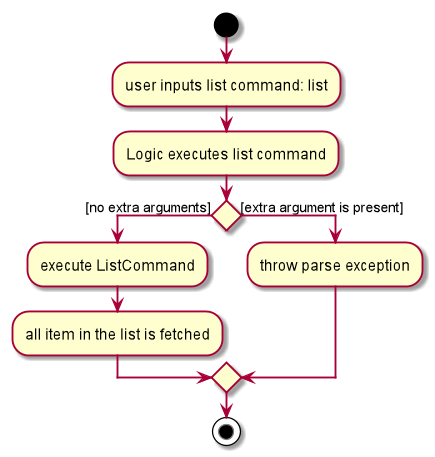
Before: docs/images/implementation/activityDiagrams/ListCommandActivityDiagram.png, a diagram exported from PlantUML (nus-cs2103-AY2021S1/tp).
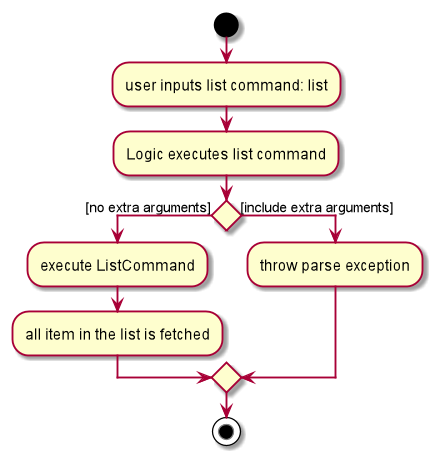
After the change.

Change to the diagram source:
```diff
@@ -8,7 +8,7 @@
 
 :all item in the list is fetched;
 
-else ([extra argument is present])
+else ([include extra arguments])
     :throw parse exception;
 
 endif
```
